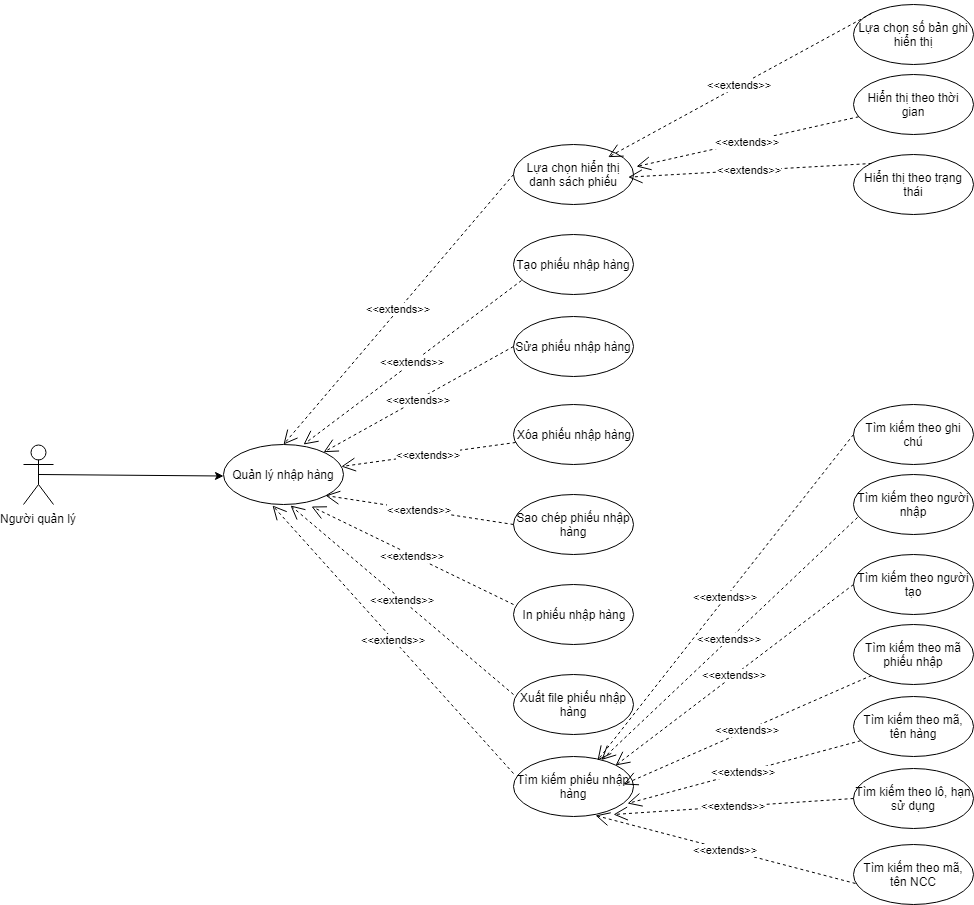
The draw.io diagram UC diagrams/UC quản lý nhập hàng.png in Linkadi98/Software-Requirement-Analystic, before a commit. Source tidied: cells renumbered, new cells last; positions are measured from the earlier drawing's top-left corner, leaving out a move shared by most shapes.
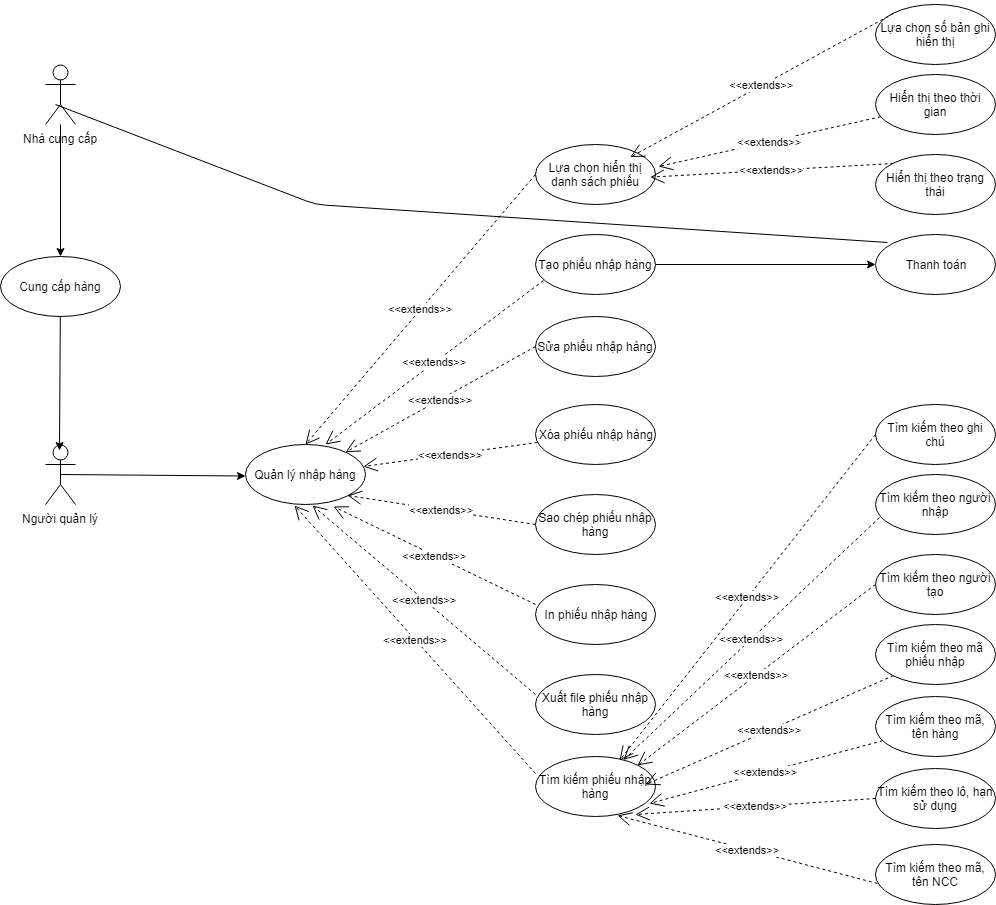
After the change.

The edit, as a diff of the source:
```diff
@@ -127,5 +127,33 @@
         <mxPoint x="604.7" y="172.7" as="targetPoint" />
       </mxGeometry>
     </mxCell>
+    <mxCell id="41" value="Thanh toán" style="ellipse;whiteSpace=wrap;html=1;" parent="1" vertex="1">
+      <mxGeometry x="830" y="230" width="120" height="60" as="geometry" />
+    </mxCell>
+    <mxCell id="42" style="endArrow=classic;html=1;exitX=1;exitY=0.5;exitDx=0;exitDy=0;" parent="1" edge="1" source="15" target="41">
+      <mxGeometry relative="1" as="geometry" />
+    </mxCell>
+    <mxCell id="43" value="Nhà cung cấp" style="shape=umlActor;verticalLabelPosition=bottom;labelBackgroundColor=#ffffff;verticalAlign=top;html=1;outlineConnect=0;" parent="1" vertex="1">
+      <mxGeometry y="60" width="30" height="60" as="geometry" />
+    </mxCell>
+    <mxCell id="44" value="Cung cấp hàng" style="ellipse;whiteSpace=wrap;html=1;" parent="1" vertex="1">
+      <mxGeometry x="-45" y="252" width="120" height="60" as="geometry" />
+    </mxCell>
+    <mxCell id="45" style="endArrow=classic;html=1;" parent="1" edge="1" source="43" target="44">
+      <mxGeometry relative="1" as="geometry" />
+    </mxCell>
+    <mxCell id="46" style="endArrow=classic;html=1;" parent="1" edge="1" source="44">
+      <mxGeometry relative="1" as="geometry">
+        <mxPoint x="14" y="446" as="targetPoint" />
+      </mxGeometry>
+    </mxCell>
+    <mxCell id="47" style="endArrow=none;html=1;entryX=0.1;entryY=0.133;entryDx=0;entryDy=0;entryPerimeter=0;" parent="1" edge="1" target="41">
+      <mxGeometry relative="1" as="geometry">
+        <mxPoint x="10" y="100" as="sourcePoint" />
+        <Array as="points">
+          <mxPoint x="270" y="200" />
+        </Array>
+      </mxGeometry>
+    </mxCell>
   </root>
 </mxGraphModel>
```
